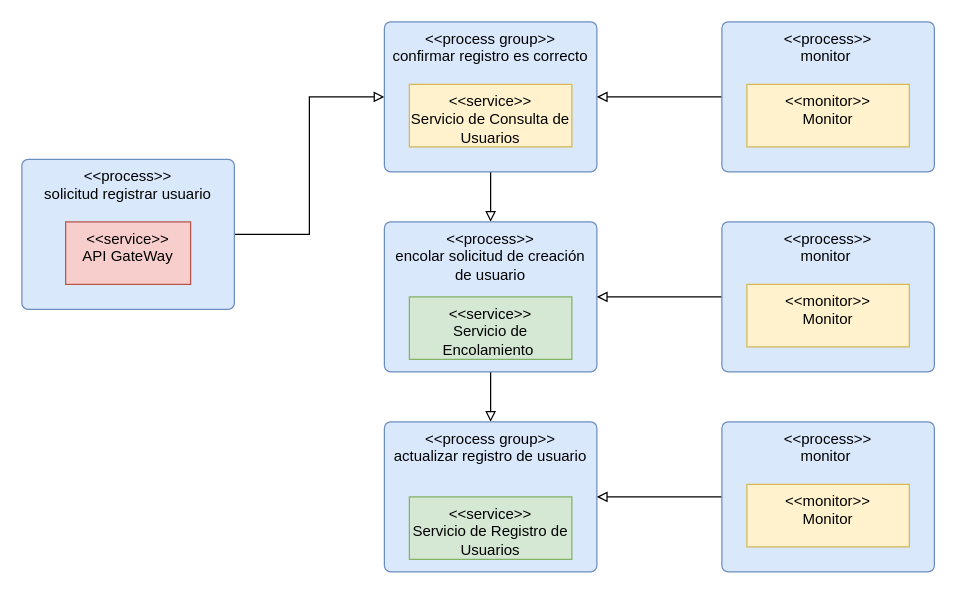
This is diagramas/Concurrency.drawio from AfLosada/ArquitecturasAgiles-G13, a draw.io file, before an edit. Source tidied: cells renumbered, new cells numbered last; positions are measured from the earlier drawing's top-left corner, leaving out a move shared by most shapes. Both pictures are drawn from the tidied source at 125%, with x=0, y=0 at pixel (21, 21).
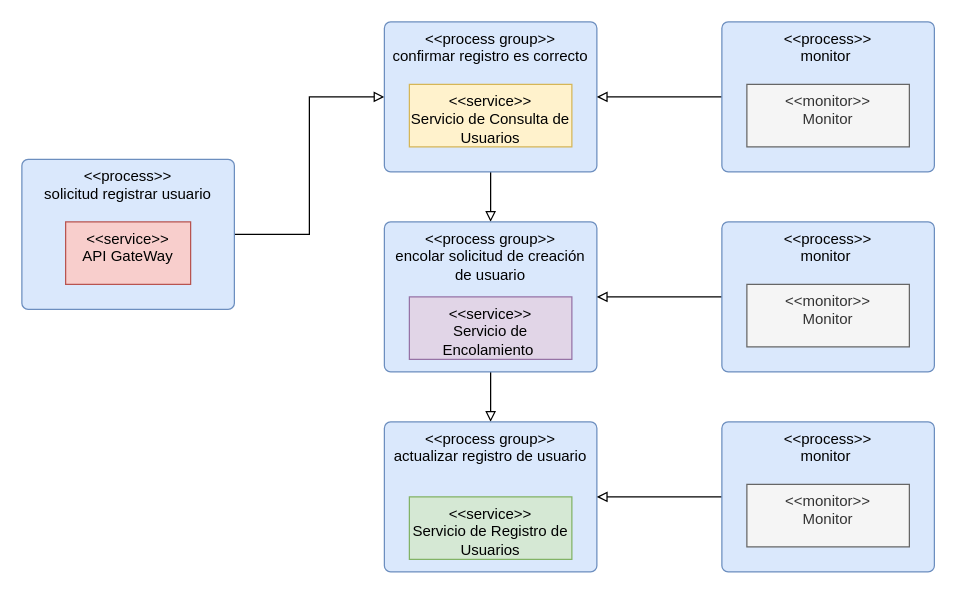
Above is the later version.

What changed in the source:
```diff
@@
-    <mxCell id="9" value="&amp;lt;&amp;lt;process&amp;gt;&amp;gt;&lt;br&gt;encolar solicitud de creación de usuario" style="html=1;align=center;verticalAlign=top;rounded=1;absoluteArcSize=1;arcSize=10;dashed=0;whiteSpace=wrap;fillColor=#dae8fc;strokeColor=#6c8ebf;" parent="1" vertex="1">
+    <mxCell id="9" value="&amp;lt;&amp;lt;process group&amp;gt;&amp;gt;&lt;br&gt;encolar solicitud de creación de usuario" style="html=1;align=center;verticalAlign=top;rounded=1;absoluteArcSize=1;arcSize=10;dashed=0;whiteSpace=wrap;fillColor=#dae8fc;strokeColor=#6c8ebf;" parent="1" vertex="1">
       <mxGeometry x="290" y="160" width="170" height="120" as="geometry" />
     </mxCell>
-    <mxCell id="10" value="&amp;lt;&amp;lt;service&amp;gt;&amp;gt;&lt;br&gt;Servicio de Encolamiento&amp;nbsp;" style="html=1;dashed=0;whiteSpace=wrap;verticalAlign=top;fillColor=#d5e8d4;strokeColor=#82b366;" parent="1" vertex="1">
+    <mxCell id="10" value="&amp;lt;&amp;lt;service&amp;gt;&amp;gt;&lt;br&gt;Servicio de Encolamiento&amp;nbsp;" style="html=1;dashed=0;whiteSpace=wrap;verticalAlign=top;fillColor=#e1d5e7;strokeColor=#9673a6;" parent="1" vertex="1">
       <mxGeometry x="310" y="220" width="130" height="50" as="geometry" />
     </mxCell>
@@
-    <mxCell id="15" value="&amp;lt;&amp;lt;monitor&amp;gt;&amp;gt;&lt;br&gt;Monitor" style="html=1;dashed=0;whiteSpace=wrap;verticalAlign=top;fillColor=#fff2cc;strokeColor=#d6b656;" parent="1" vertex="1">
+    <mxCell id="15" value="&amp;lt;&amp;lt;monitor&amp;gt;&amp;gt;&lt;br&gt;Monitor" style="html=1;dashed=0;whiteSpace=wrap;verticalAlign=top;fillColor=#f5f5f5;strokeColor=#666666;fontColor=#333333;" parent="1" vertex="1">
       <mxGeometry x="580" y="50" width="130" height="50" as="geometry" />
     </mxCell>
@@
-    <mxCell id="18" value="&amp;lt;&amp;lt;monitor&amp;gt;&amp;gt;&lt;br&gt;Monitor" style="html=1;dashed=0;whiteSpace=wrap;verticalAlign=top;fillColor=#fff2cc;strokeColor=#d6b656;" parent="1" vertex="1">
+    <mxCell id="18" value="&amp;lt;&amp;lt;monitor&amp;gt;&amp;gt;&lt;br&gt;Monitor" style="html=1;dashed=0;whiteSpace=wrap;verticalAlign=top;fillColor=#f5f5f5;strokeColor=#666666;fontColor=#333333;" parent="1" vertex="1">
       <mxGeometry x="580" y="210" width="130" height="50" as="geometry" />
     </mxCell>
@@
-    <mxCell id="21" value="&amp;lt;&amp;lt;monitor&amp;gt;&amp;gt;&lt;br&gt;Monitor" style="html=1;dashed=0;whiteSpace=wrap;verticalAlign=top;fillColor=#fff2cc;strokeColor=#d6b656;" parent="1" vertex="1">
+    <mxCell id="21" value="&amp;lt;&amp;lt;monitor&amp;gt;&amp;gt;&lt;br&gt;Monitor" style="html=1;dashed=0;whiteSpace=wrap;verticalAlign=top;fillColor=#f5f5f5;strokeColor=#666666;fontColor=#333333;" parent="1" vertex="1">
       <mxGeometry x="580" y="370" width="130" height="50" as="geometry" />
     </mxCell>
```
